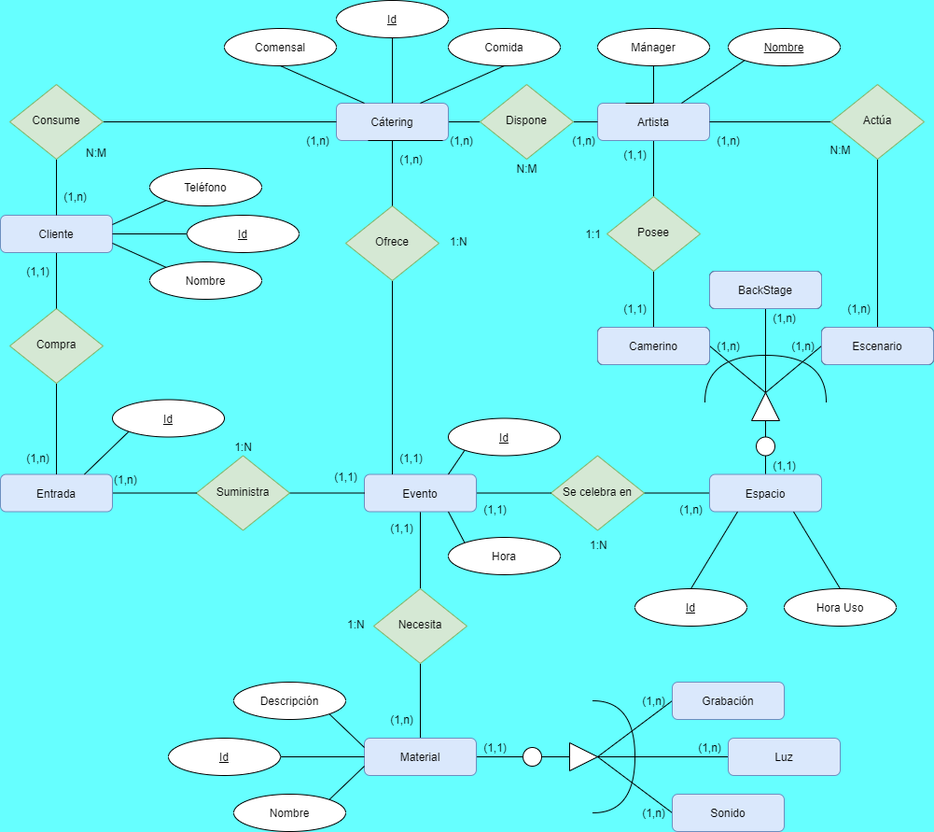
Above: images/Diagrama-entidad-relación.png in miguelmartinez22/QuevedoFest (draw.io), before the change. Source tidied: cells renumbered, new cells last; positions are measured from the earlier drawing's top-left corner, leaving out a move shared by most shapes.
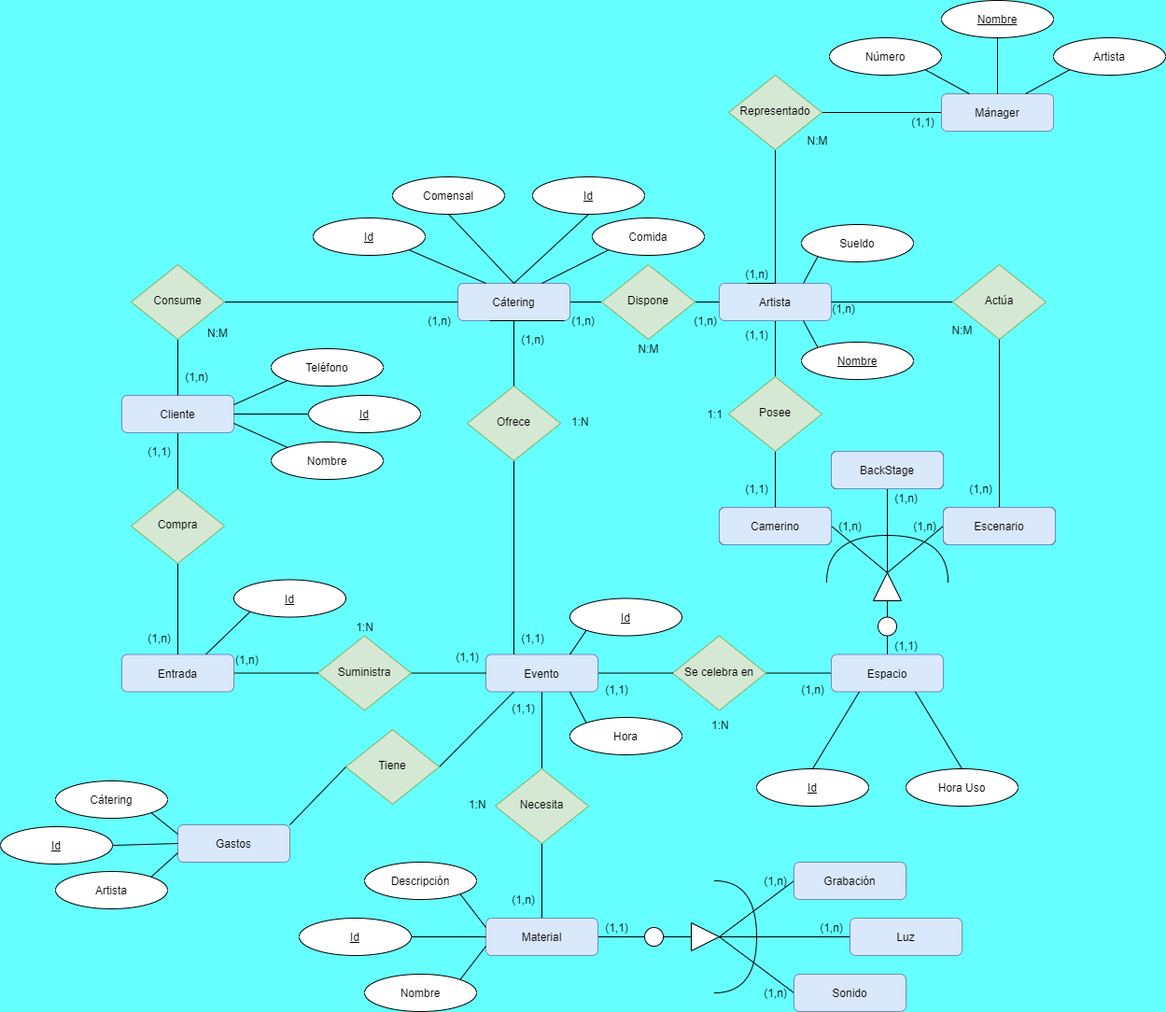
The same file after the commit.

Diff of the diagram source:
```diff
@@ -93,21 +93,21 @@
     <mxCell id="29" style="edgeStyle=none;rounded=0;jettySize=auto;html=1;exitX=0.5;exitY=1;exitDx=0;exitDy=0;entryX=0.5;entryY=0;entryDx=0;entryDy=0;endArrow=none;endFill=0;" parent="1" edge="1" source="30" target="39">
       <mxGeometry relative="1" as="geometry" />
     </mxCell>
+    <mxCell id="130" style="edgeStyle=none;rounded=0;jettySize=auto;html=1;exitX=0.75;exitY=0;exitDx=0;exitDy=0;entryX=0;entryY=1;entryDx=0;entryDy=0;endArrow=none;endFill=0;" parent="1" edge="1" source="30" target="135">
+      <mxGeometry relative="1" as="geometry" />
+    </mxCell>
     <mxCell id="30" value="Artista" style="rounded=1;whiteSpace=wrap;html=1;fontSize=12;glass=0;strokeWidth=1;shadow=0;fillColor=#dae8fc;strokeColor=#6c8ebf;" parent="1" vertex="1">
       <mxGeometry x="640" y="110" width="120" height="40" as="geometry" />
     </mxCell>
-    <mxCell id="31" style="edgeStyle=none;rounded=0;jettySize=auto;html=1;exitX=0;exitY=1;exitDx=0;exitDy=0;entryX=0.75;entryY=0;entryDx=0;entryDy=0;endArrow=none;endFill=0;" parent="1" edge="1" source="32" target="30">
+    <mxCell id="31" style="edgeStyle=none;rounded=0;jettySize=auto;html=1;exitX=0;exitY=0;exitDx=0;exitDy=0;entryX=0.75;entryY=1;entryDx=0;entryDy=0;endArrow=none;endFill=0;" parent="1" edge="1" source="32" target="30">
       <mxGeometry relative="1" as="geometry" />
     </mxCell>
     <mxCell id="32" value="Nombre" style="ellipse;whiteSpace=wrap;html=1;fontStyle=4;" parent="1" vertex="1">
-      <mxGeometry x="780" y="30" width="120" height="40" as="geometry" />
+      <mxGeometry x="728" y="173" width="120" height="40" as="geometry" />
     </mxCell>
-    <mxCell id="33" style="edgeStyle=none;rounded=0;jettySize=auto;html=1;exitX=0.5;exitY=1;exitDx=0;exitDy=0;entryX=0.5;entryY=0;entryDx=0;entryDy=0;endArrow=none;endFill=0;" parent="1" edge="1" source="34" target="30">
+    <mxCell id="33" style="edgeStyle=none;rounded=0;jettySize=auto;html=1;exitX=0.5;exitY=1;exitDx=0;exitDy=0;entryX=0.5;entryY=0;entryDx=0;entryDy=0;endArrow=none;endFill=0;" parent="1" edge="1" source="134" target="30">
       <mxGeometry relative="1" as="geometry" />
     </mxCell>
-    <mxCell id="34" value="Mánager" style="ellipse;whiteSpace=wrap;html=1;fontStyle=0;" parent="1" vertex="1">
-      <mxGeometry x="640" y="30" width="120" height="40" as="geometry" />
-    </mxCell>
     <mxCell id="35" style="edgeStyle=none;rounded=0;orthogonalLoop=1;jettySize=auto;html=1;exitX=0.25;exitY=0;exitDx=0;exitDy=0;entryX=0.5;entryY=0;entryDx=0;entryDy=0;endArrow=none;endFill=0;" parent="1" edge="1" source="30" target="30">
       <mxGeometry relative="1" as="geometry" />
     </mxCell>
@@ -142,19 +142,19 @@
       <mxGeometry relative="1" as="geometry" />
     </mxCell>
     <mxCell id="46" value="Id" style="ellipse;whiteSpace=wrap;html=1;fontStyle=4;" parent="1" vertex="1">
-      <mxGeometry x="360" width="120" height="40" as="geometry" />
+      <mxGeometry x="440" y="-4" width="120" height="40" as="geometry" />
     </mxCell>
-    <mxCell id="47" style="edgeStyle=none;rounded=0;jettySize=auto;html=1;exitX=0.5;exitY=1;exitDx=0;exitDy=0;entryX=0.75;entryY=0;entryDx=0;entryDy=0;endArrow=none;endFill=0;" parent="1" edge="1" source="48" target="44">
+    <mxCell id="47" style="edgeStyle=none;rounded=0;jettySize=auto;html=1;exitX=0;exitY=1;exitDx=0;exitDy=0;entryX=0.75;entryY=0;entryDx=0;entryDy=0;endArrow=none;endFill=0;" parent="1" edge="1" source="48" target="44">
       <mxGeometry relative="1" as="geometry" />
     </mxCell>
     <mxCell id="48" value="Comida" style="ellipse;whiteSpace=wrap;html=1;fontStyle=0;" parent="1" vertex="1">
-      <mxGeometry x="480" y="30" width="120" height="40" as="geometry" />
+      <mxGeometry x="504" y="40" width="120" height="40" as="geometry" />
     </mxCell>
-    <mxCell id="49" style="edgeStyle=none;rounded=0;jettySize=auto;html=1;exitX=0.5;exitY=1;exitDx=0;exitDy=0;endArrow=none;endFill=0;entryX=0.25;entryY=0;entryDx=0;entryDy=0;" parent="1" edge="1" source="50" target="44">
+    <mxCell id="49" style="edgeStyle=none;rounded=0;jettySize=auto;html=1;exitX=0.5;exitY=1;exitDx=0;exitDy=0;endArrow=none;endFill=0;entryX=0.5;entryY=0;entryDx=0;entryDy=0;" parent="1" edge="1" source="50" target="44">
       <mxGeometry relative="1" as="geometry" />
     </mxCell>
     <mxCell id="50" value="Comensal" style="ellipse;whiteSpace=wrap;html=1;fontStyle=0;" parent="1" vertex="1">
-      <mxGeometry x="240" y="30" width="120" height="40" as="geometry" />
+      <mxGeometry x="290" y="-4" width="120" height="40" as="geometry" />
     </mxCell>
     <mxCell id="51" style="edgeStyle=none;rounded=0;jettySize=auto;html=1;exitX=1;exitY=0.5;exitDx=0;exitDy=0;entryX=0;entryY=0.5;entryDx=0;entryDy=0;endArrow=none;endFill=0;" parent="1" edge="1" source="52" target="30">
       <mxGeometry relative="1" as="geometry" />
@@ -272,19 +272,19 @@
       <mxGeometry relative="1" as="geometry" />
     </mxCell>
     <mxCell id="87" value="Id" style="ellipse;whiteSpace=wrap;html=1;fontStyle=4;" parent="1" vertex="1">
-      <mxGeometry x="180" y="790" width="120" height="40" as="geometry" />
+      <mxGeometry x="190" y="790" width="120" height="40" as="geometry" />
     </mxCell>
     <mxCell id="88" style="edgeStyle=none;rounded=0;jettySize=auto;html=1;exitX=1;exitY=0;exitDx=0;exitDy=0;entryX=0;entryY=0.75;entryDx=0;entryDy=0;endArrow=none;endFill=0;" parent="1" edge="1" source="89" target="75">
       <mxGeometry relative="1" as="geometry" />
     </mxCell>
     <mxCell id="89" value="Nombre" style="ellipse;whiteSpace=wrap;html=1;fontStyle=0;" parent="1" vertex="1">
-      <mxGeometry x="250" y="850" width="120" height="40" as="geometry" />
+      <mxGeometry x="260" y="850" width="120" height="40" as="geometry" />
     </mxCell>
     <mxCell id="90" style="edgeStyle=none;rounded=0;jettySize=auto;html=1;exitX=1;exitY=1;exitDx=0;exitDy=0;entryX=0;entryY=0.25;entryDx=0;entryDy=0;endArrow=none;endFill=0;" parent="1" edge="1" source="91" target="75">
       <mxGeometry relative="1" as="geometry" />
     </mxCell>
     <mxCell id="91" value="Descripción" style="ellipse;whiteSpace=wrap;html=1;fontStyle=0;" parent="1" vertex="1">
-      <mxGeometry x="250" y="730" width="120" height="40" as="geometry" />
+      <mxGeometry x="260" y="730" width="120" height="40" as="geometry" />
     </mxCell>
     <mxCell id="92" value="(1,1)" style="text;html=1;align=center;verticalAlign=middle;strokeColor=none;" parent="1" vertex="1">
       <mxGeometry x="510" y="535" width="40" height="20" as="geometry" />
@@ -352,7 +352,7 @@
       <mxGeometry x="605" y="140" width="40" height="20" as="geometry" />
     </mxCell>
     <mxCell id="113" value="(1,n)" style="text;html=1;align=center;verticalAlign=middle;strokeColor=none;" parent="1" vertex="1">
-      <mxGeometry x="760" y="140" width="40" height="20" as="geometry" />
+      <mxGeometry x="753" y="127" width="40" height="20" as="geometry" />
     </mxCell>
     <mxCell id="114" value="(1,n)" style="text;html=1;align=center;verticalAlign=middle;strokeColor=none;" parent="1" vertex="1">
       <mxGeometry x="900" y="320" width="40" height="20" as="geometry" />
@@ -402,5 +402,80 @@
     <mxCell id="129" value="Camerino" style="rounded=1;whiteSpace=wrap;html=1;fontSize=12;glass=0;strokeWidth=1;shadow=0;fillColor=#dae8fc;strokeColor=#6c8ebf;" parent="1" vertex="1">
       <mxGeometry x="640" y="350" width="120" height="40" as="geometry" />
     </mxCell>
+    <mxCell id="131" style="rounded=0;jettySize=auto;html=1;exitX=1;exitY=1;exitDx=0;exitDy=0;entryX=0.25;entryY=0;entryDx=0;entryDy=0;endArrow=none;endFill=0;" parent="1" edge="1" source="132" target="44">
+      <mxGeometry relative="1" as="geometry" />
+    </mxCell>
+    <mxCell id="132" value="Id" style="ellipse;whiteSpace=wrap;html=1;fontStyle=4;" parent="1" vertex="1">
+      <mxGeometry x="205" y="40" width="120" height="40" as="geometry" />
+    </mxCell>
+    <mxCell id="133" style="edgeStyle=none;rounded=0;jettySize=auto;html=1;exitX=1;exitY=0.5;exitDx=0;exitDy=0;entryX=0;entryY=0.5;entryDx=0;entryDy=0;endArrow=none;endFill=0;" parent="1" edge="1" source="134" target="34">
+      <mxGeometry relative="1" as="geometry" />
+    </mxCell>
+    <mxCell id="134" value="Representado" style="rhombus;whiteSpace=wrap;html=1;shadow=0;fontFamily=Helvetica;fontSize=12;align=center;strokeWidth=1;spacing=6;spacingTop=-4;fillColor=#d5e8d4;strokeColor=#82b366;" parent="1" vertex="1">
+      <mxGeometry x="650" y="-113" width="100" height="80" as="geometry" />
+    </mxCell>
+    <mxCell id="135" value="Sueldo" style="ellipse;whiteSpace=wrap;html=1;fontStyle=0;" parent="1" vertex="1">
+      <mxGeometry x="728" y="47" width="120" height="40" as="geometry" />
+    </mxCell>
+    <mxCell id="34" value="Mánager" style="rounded=1;whiteSpace=wrap;html=1;fontSize=12;glass=0;strokeWidth=1;shadow=0;fillColor=#dae8fc;strokeColor=#6c8ebf;" parent="1" vertex="1">
+      <mxGeometry x="878" y="-93" width="120" height="40" as="geometry" />
+    </mxCell>
+    <mxCell id="136" style="edgeStyle=none;rounded=0;jettySize=auto;html=1;exitX=1;exitY=1;exitDx=0;exitDy=0;entryX=0.25;entryY=0;entryDx=0;entryDy=0;endArrow=none;endFill=0;" parent="1" edge="1" source="137" target="34">
+      <mxGeometry relative="1" as="geometry" />
+    </mxCell>
+    <mxCell id="137" value="Número" style="ellipse;whiteSpace=wrap;html=1;fontStyle=0;" parent="1" vertex="1">
+      <mxGeometry x="758" y="-153" width="120" height="40" as="geometry" />
+    </mxCell>
+    <mxCell id="138" style="edgeStyle=none;rounded=0;jettySize=auto;html=1;exitX=0.5;exitY=1;exitDx=0;exitDy=0;entryX=0.5;entryY=0;entryDx=0;entryDy=0;endArrow=none;endFill=0;" parent="1" edge="1" source="139" target="34">
+      <mxGeometry relative="1" as="geometry" />
+    </mxCell>
+    <mxCell id="139" value="Nombre" style="ellipse;whiteSpace=wrap;html=1;fontStyle=4;" parent="1" vertex="1">
+      <mxGeometry x="878" y="-193" width="120" height="40" as="geometry" />
+    </mxCell>
+    <mxCell id="140" style="edgeStyle=none;rounded=0;jettySize=auto;html=1;exitX=0;exitY=1;exitDx=0;exitDy=0;entryX=0.75;entryY=0;entryDx=0;entryDy=0;endArrow=none;endFill=0;" parent="1" edge="1" source="141" target="34">
+      <mxGeometry relative="1" as="geometry" />
+    </mxCell>
+    <mxCell id="141" value="Artista" style="ellipse;whiteSpace=wrap;html=1;fontStyle=0;" parent="1" vertex="1">
+      <mxGeometry x="998" y="-153" width="120" height="40" as="geometry" />
+    </mxCell>
+    <mxCell id="142" value="(1,1)" style="text;html=1;align=center;verticalAlign=middle;strokeColor=none;" parent="1" vertex="1">
+      <mxGeometry x="838" y="-73" width="40" height="20" as="geometry" />
+    </mxCell>
+    <mxCell id="143" value="(1,n)" style="text;html=1;align=center;verticalAlign=middle;strokeColor=none;" parent="1" vertex="1">
+      <mxGeometry x="660" y="90" width="40" height="20" as="geometry" />
+    </mxCell>
+    <mxCell id="144" value="N:M" style="text;html=1;align=center;verticalAlign=middle;strokeColor=none;" parent="1" vertex="1">
+      <mxGeometry x="725" y="-53" width="40" height="20" as="geometry" />
+    </mxCell>
+    <mxCell id="145" style="edgeStyle=none;rounded=0;jettySize=auto;html=1;exitX=1;exitY=0.5;exitDx=0;exitDy=0;entryX=0.25;entryY=1;entryDx=0;entryDy=0;endArrow=none;endFill=0;" parent="1" edge="1" source="146" target="6">
+      <mxGeometry relative="1" as="geometry" />
+    </mxCell>
+    <mxCell id="146" value="Tiene" style="rhombus;whiteSpace=wrap;html=1;shadow=0;fontFamily=Helvetica;fontSize=12;align=center;strokeWidth=1;spacing=6;spacingTop=-4;fillColor=#d5e8d4;strokeColor=#82b366;" parent="1" vertex="1">
+      <mxGeometry x="240" y="588" width="100" height="80" as="geometry" />
+    </mxCell>
+    <mxCell id="147" style="edgeStyle=none;rounded=0;jettySize=auto;html=1;exitX=1;exitY=0;exitDx=0;exitDy=0;entryX=0;entryY=0.5;entryDx=0;entryDy=0;endArrow=none;endFill=0;" parent="1" edge="1" source="148" target="146">
+      <mxGeometry relative="1" as="geometry" />
+    </mxCell>
+    <mxCell id="148" value="Gastos" style="rounded=1;whiteSpace=wrap;html=1;fontSize=12;glass=0;strokeWidth=1;shadow=0;fillColor=#dae8fc;strokeColor=#6c8ebf;" parent="1" vertex="1">
+      <mxGeometry x="60" y="690" width="120" height="40" as="geometry" />
+    </mxCell>
+    <mxCell id="149" style="edgeStyle=none;rounded=0;jettySize=auto;html=1;exitX=1;exitY=0.5;exitDx=0;exitDy=0;endArrow=none;endFill=0;entryX=0;entryY=0.5;entryDx=0;entryDy=0;" parent="1" edge="1" source="150" target="148">
+      <mxGeometry relative="1" as="geometry" />
+    </mxCell>
+    <mxCell id="150" value="Id" style="ellipse;whiteSpace=wrap;html=1;fontStyle=4;" parent="1" vertex="1">
+      <mxGeometry x="-130" y="692" width="120" height="40" as="geometry" />
+    </mxCell>
+    <mxCell id="151" style="edgeStyle=none;rounded=0;jettySize=auto;html=1;exitX=1;exitY=0;exitDx=0;exitDy=0;entryX=0;entryY=0.75;entryDx=0;entryDy=0;endArrow=none;endFill=0;" parent="1" edge="1" source="152" target="148">
+      <mxGeometry relative="1" as="geometry" />
+    </mxCell>
+    <mxCell id="152" value="Artista" style="ellipse;whiteSpace=wrap;html=1;fontStyle=0;" parent="1" vertex="1">
+      <mxGeometry x="-71" y="740" width="120" height="40" as="geometry" />
+    </mxCell>
+    <mxCell id="153" style="edgeStyle=none;rounded=0;jettySize=auto;html=1;exitX=1;exitY=1;exitDx=0;exitDy=0;entryX=0;entryY=0.25;entryDx=0;entryDy=0;endArrow=none;endFill=0;" parent="1" edge="1" source="154" target="148">
+      <mxGeometry relative="1" as="geometry" />
+    </mxCell>
+    <mxCell id="154" value="Cátering" style="ellipse;whiteSpace=wrap;html=1;fontStyle=0;" parent="1" vertex="1">
+      <mxGeometry x="-71" y="643" width="120" height="40" as="geometry" />
+    </mxCell>
   </root>
 </mxGraphModel>
```
